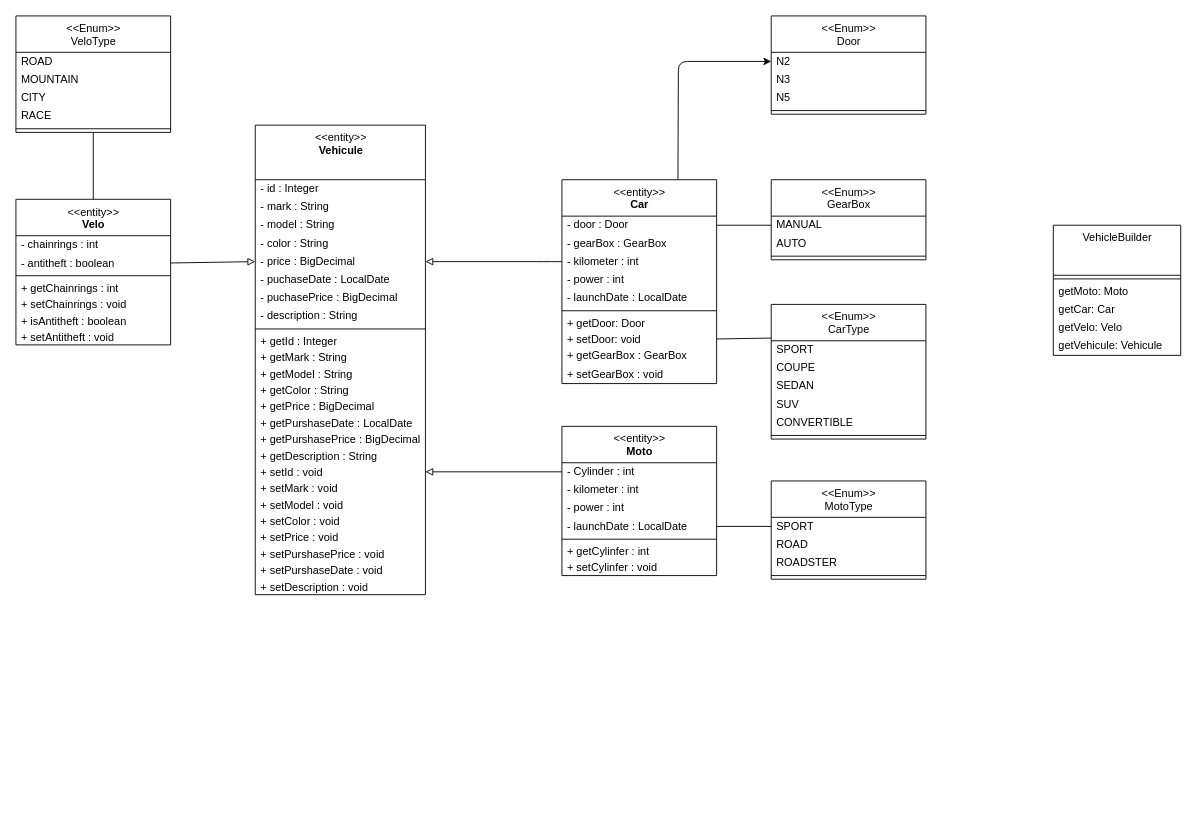
Above: configurateur-de-vehicule/conception/diagramme-de-classes.drawio in Roland-Foucher/configurateur-de-vehicule (draw.io), before the change. Source tidied: cells renumbered, new cells numbered last; positions are measured from the earlier drawing's top-left corner, leaving out a move shared by most shapes. Both pictures are drawn from the tidied source at 91%, with x=0, y=0 at pixel (15, 15).
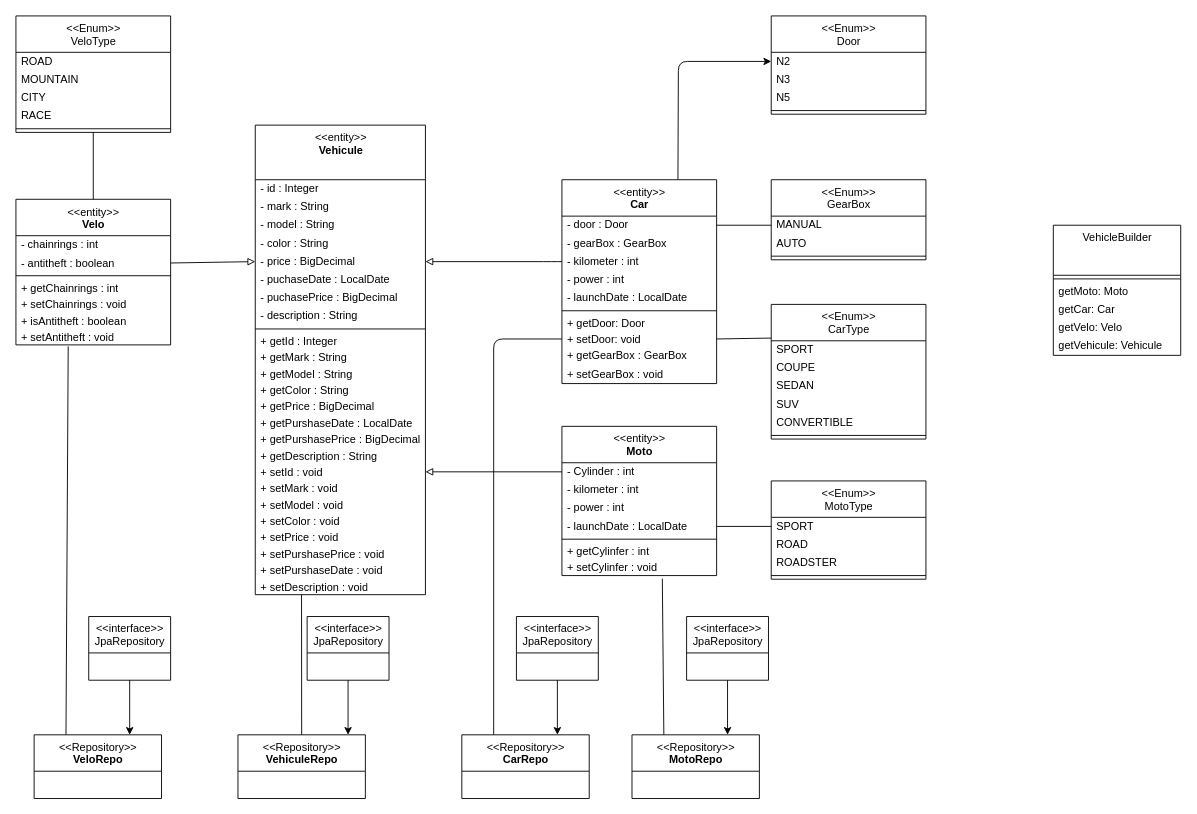
The same page after the edit.

Commit message:
ajout repo dans diagramme de classes

Unchanged cells that the change refers to:
```xml
<mxCell id="27" value="+ setDescription : void" style="text;html=1;strokeColor=none;fillColor=none;align=left;verticalAlign=middle;spacingLeft=4;spacingRight=4;overflow=hidden;points=[[0,0.5],[1,0.5]];portConstraint=eastwest;" parent="2" vertex="1">
  <mxGeometry y="498" width="187" height="18" as="geometry" />
</mxCell>
<mxCell id="38" value="+ setDoor: void" style="text;html=1;strokeColor=none;fillColor=none;align=left;verticalAlign=middle;spacingLeft=4;spacingRight=4;overflow=hidden;points=[[0,0.5],[1,0.5]];portConstraint=eastwest;" parent="30" vertex="1">
  <mxGeometry y="166" width="170" height="18" as="geometry" />
</mxCell>
<mxCell id="49" value="+ setCylinfer : void" style="text;html=1;strokeColor=none;fillColor=none;align=left;verticalAlign=middle;spacingLeft=4;spacingRight=4;overflow=hidden;points=[[0,0.5],[1,0.5]];portConstraint=eastwest;" parent="42" vertex="1">
  <mxGeometry y="146" width="170" height="18" as="geometry" />
</mxCell>
<mxCell id="58" value="+ setAntitheft : void" style="text;html=1;strokeColor=none;fillColor=none;align=left;verticalAlign=middle;spacingLeft=4;spacingRight=4;overflow=hidden;points=[[0,0.5],[1,0.5]];portConstraint=eastwest;" parent="51" vertex="1">
  <mxGeometry y="142" width="170" height="18" as="geometry" />
</mxCell>
```

Change to the diagram source:
```diff
@@
+    <mxCell id="96" style="edgeStyle=none;html=1;exitX=0.5;exitY=0;exitDx=0;exitDy=0;entryX=0.272;entryY=1.003;entryDx=0;entryDy=0;entryPerimeter=0;endArrow=none;endFill=0;" parent="1" edge="1" source="97" target="27">
+      <mxGeometry relative="1" as="geometry" />
+    </mxCell>
+    <mxCell id="97" value="&amp;lt;&amp;lt;Repository&amp;gt;&amp;gt;&lt;br&gt;&lt;b&gt;VehiculeRepo&lt;/b&gt;" style="swimlane;fontStyle=0;align=center;verticalAlign=top;horizontal=1;startSize=40;html=1;" parent="1" vertex="1">
+      <mxGeometry x="244" y="790" width="140" height="70" as="geometry" />
+    </mxCell>
+    <mxCell id="98" style="edgeStyle=none;html=1;exitX=0.25;exitY=0;exitDx=0;exitDy=0;endArrow=none;endFill=0;entryX=0;entryY=0.5;entryDx=0;entryDy=0;" parent="1" edge="1" source="99" target="38">
+      <mxGeometry relative="1" as="geometry">
+        <Array as="points">
+          <mxPoint x="525" y="355" />
+        </Array>
+      </mxGeometry>
+    </mxCell>
+    <mxCell id="99" value="&amp;lt;&amp;lt;Repository&amp;gt;&amp;gt;&lt;br&gt;&lt;b&gt;CarRepo&lt;/b&gt;" style="swimlane;fontStyle=0;align=center;verticalAlign=top;horizontal=1;startSize=40;html=1;" parent="1" vertex="1">
+      <mxGeometry x="490" y="790" width="140" height="70" as="geometry" />
+    </mxCell>
+    <mxCell id="100" style="edgeStyle=none;html=1;exitX=0.25;exitY=0;exitDx=0;exitDy=0;entryX=0.649;entryY=1.19;entryDx=0;entryDy=0;entryPerimeter=0;endArrow=none;endFill=0;" parent="1" edge="1" source="101" target="49">
+      <mxGeometry relative="1" as="geometry" />
+    </mxCell>
+    <mxCell id="101" value="&amp;lt;&amp;lt;Repository&amp;gt;&amp;gt;&lt;br&gt;&lt;b&gt;MotoRepo&lt;/b&gt;" style="swimlane;fontStyle=0;align=center;verticalAlign=top;horizontal=1;startSize=40;html=1;" parent="1" vertex="1">
+      <mxGeometry x="677" y="790" width="140" height="70" as="geometry" />
+    </mxCell>
+    <mxCell id="102" style="edgeStyle=none;html=1;exitX=0.25;exitY=0;exitDx=0;exitDy=0;entryX=0.338;entryY=1.09;entryDx=0;entryDy=0;entryPerimeter=0;endArrow=none;endFill=0;" parent="1" edge="1" source="103" target="58">
+      <mxGeometry relative="1" as="geometry" />
+    </mxCell>
+    <mxCell id="103" value="&amp;lt;&amp;lt;Repository&amp;gt;&amp;gt;&lt;br&gt;&lt;b&gt;VeloRepo&lt;/b&gt;" style="swimlane;fontStyle=0;align=center;verticalAlign=top;horizontal=1;startSize=40;html=1;" parent="1" vertex="1">
+      <mxGeometry x="20" y="790" width="140" height="70" as="geometry" />
+    </mxCell>
+    <mxCell id="104" style="edgeStyle=none;html=1;exitX=0.5;exitY=1;exitDx=0;exitDy=0;endArrow=classic;endFill=1;strokeColor=default;entryX=0.75;entryY=0;entryDx=0;entryDy=0;" parent="1" edge="1" source="105" target="103">
+      <mxGeometry relative="1" as="geometry" />
+    </mxCell>
+    <mxCell id="105" value="&amp;lt;&amp;lt;interface&amp;gt;&amp;gt;&lt;br&gt;JpaRepository" style="swimlane;fontStyle=0;align=center;verticalAlign=top;horizontal=1;startSize=40;html=1;" parent="1" vertex="1">
+      <mxGeometry x="80" y="660" width="90" height="70" as="geometry" />
+    </mxCell>
+    <mxCell id="106" style="edgeStyle=none;html=1;exitX=0.5;exitY=1;exitDx=0;exitDy=0;endArrow=classic;endFill=1;strokeColor=default;entryX=0.75;entryY=0;entryDx=0;entryDy=0;" parent="1" edge="1" source="107">
+      <mxGeometry relative="1" as="geometry">
+        <mxPoint x="365" y="790" as="targetPoint" />
+      </mxGeometry>
+    </mxCell>
+    <mxCell id="107" value="&amp;lt;&amp;lt;interface&amp;gt;&amp;gt;&lt;br&gt;JpaRepository" style="swimlane;fontStyle=0;align=center;verticalAlign=top;horizontal=1;startSize=40;html=1;" parent="1" vertex="1">
+      <mxGeometry x="320" y="660" width="90" height="70" as="geometry" />
+    </mxCell>
+    <mxCell id="108" style="edgeStyle=none;html=1;exitX=0.5;exitY=1;exitDx=0;exitDy=0;endArrow=classic;endFill=1;strokeColor=default;entryX=0.75;entryY=0;entryDx=0;entryDy=0;" parent="1" edge="1" source="109" target="99">
+      <mxGeometry relative="1" as="geometry" />
+    </mxCell>
+    <mxCell id="109" value="&amp;lt;&amp;lt;interface&amp;gt;&amp;gt;&lt;br&gt;JpaRepository" style="swimlane;fontStyle=0;align=center;verticalAlign=top;horizontal=1;startSize=40;html=1;" parent="1" vertex="1">
+      <mxGeometry x="550" y="660" width="90" height="70" as="geometry" />
+    </mxCell>
+    <mxCell id="110" style="edgeStyle=none;html=1;exitX=0.5;exitY=1;exitDx=0;exitDy=0;endArrow=classic;endFill=1;strokeColor=default;entryX=0.75;entryY=0;entryDx=0;entryDy=0;" parent="1" edge="1" source="111" target="101">
+      <mxGeometry relative="1" as="geometry" />
+    </mxCell>
+    <mxCell id="111" value="&amp;lt;&amp;lt;interface&amp;gt;&amp;gt;&lt;br&gt;JpaRepository" style="swimlane;fontStyle=0;align=center;verticalAlign=top;horizontal=1;startSize=40;html=1;" parent="1" vertex="1">
+      <mxGeometry x="737" y="660" width="90" height="70" as="geometry" />
+    </mxCell>
```
